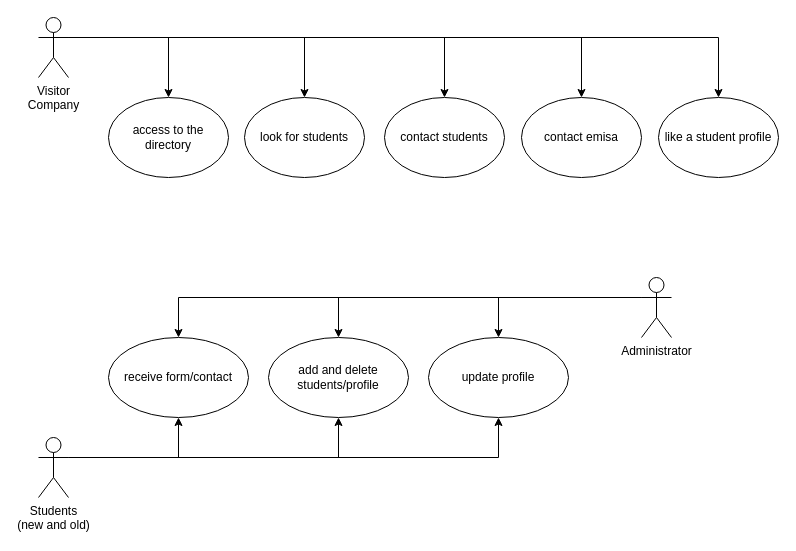
Above: UseCaseDepository.drawio in nicolas-chivite/emisa-html-css (draw.io), before the change. Source tidied: cells renumbered, new cells numbered last; positions are measured from the earlier drawing's top-left corner, leaving out a move shared by most shapes. Both pictures are drawn from the tidied source at 100%, with x=0, y=0 at pixel (38, 17).
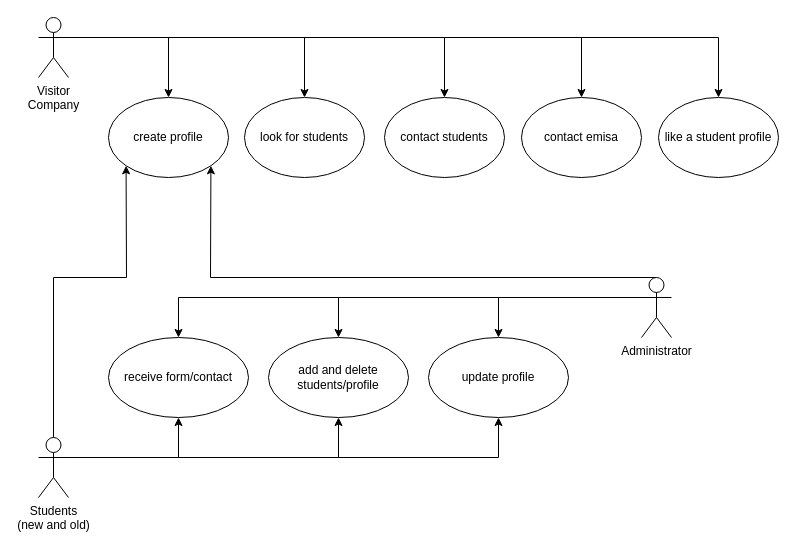
After the change.

Commit message:
Mettre à jour UseCaseDepository.drawio

Unchanged cells that the change refers to:
```xml
<mxCell id="15" value="Administrator" style="shape=umlActor;verticalLabelPosition=bottom;verticalAlign=top;html=1;" parent="1" vertex="1">
  <mxGeometry x="603" y="260" width="30" height="60" as="geometry" />
</mxCell>
<mxCell id="20" value="Students&lt;br&gt;&lt;div&gt;(new and old) &lt;br&gt;&lt;/div&gt;" style="shape=umlActor;verticalLabelPosition=bottom;verticalAlign=top;html=1;" parent="1" vertex="1">
  <mxGeometry y="420" width="30" height="60" as="geometry" />
</mxCell>
```

The edit, as a diff of the source:
```diff
@@
-    <mxCell id="8" value="access to the directory" style="ellipse;whiteSpace=wrap;html=1;" parent="1" vertex="1">
+    <mxCell id="8" value="create profile" style="ellipse;whiteSpace=wrap;html=1;" parent="1" vertex="1">
       <mxGeometry x="70" y="80" width="120" height="80" as="geometry" />
     </mxCell>
@@
+    <mxCell id="24" style="rounded=0;jettySize=auto;html=1;exitX=0.5;exitY=0;exitDx=0;exitDy=0;exitPerimeter=0;entryX=1;entryY=1;entryDx=0;entryDy=0;" parent="1" edge="1" source="15" target="8">
+      <mxGeometry relative="1" as="geometry">
+        <Array as="points">
+          <mxPoint x="172" y="260" />
+        </Array>
+      </mxGeometry>
+    </mxCell>
@@
+    <mxCell id="25" style="rounded=0;jettySize=auto;html=1;exitX=0.5;exitY=0;exitDx=0;exitDy=0;exitPerimeter=0;entryX=0;entryY=1;entryDx=0;entryDy=0;" parent="1" edge="1" source="20" target="8">
+      <mxGeometry relative="1" as="geometry">
+        <Array as="points">
+          <mxPoint x="15" y="260" />
+          <mxPoint x="88" y="260" />
+        </Array>
+      </mxGeometry>
+    </mxCell>
```
